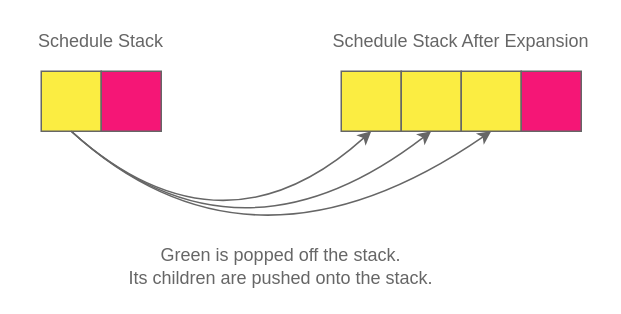
Earlier version of the draw.io diagram docs/Wiki/Parallelisation/diagrams/singleThread.drawio (butterplup/Task-Scheduler). Source tidied: cells renumbered, new cells numbered last; positions are measured from the earlier drawing's top-left corner, leaving out a move shared by most shapes. Both pictures are drawn from the tidied source at 150%, with x=0, y=0 at pixel (26, 26).
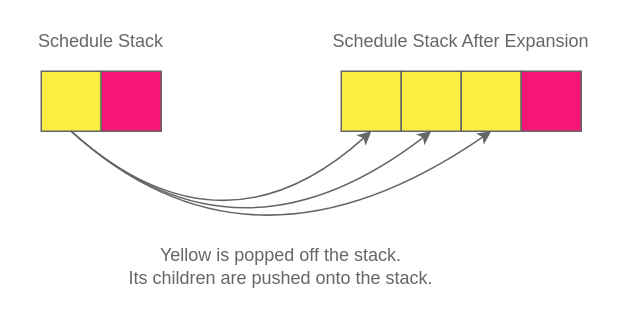
After the change.

Diff of the diagram source:
```diff
@@
 <mxGraphModel>
   <root>
     <mxCell id="0" />
     <mxCell id="1" parent="0" />
     <mxCell id="2" style="whiteSpace=wrap;html=1;fillColor=#FBED42;strokeColor=#666666;" parent="1" vertex="1">
       <mxGeometry x="10" y="30" width="40" height="40" as="geometry" />
     </mxCell>
     <mxCell id="3" style="whiteSpace=wrap;html=1;fillColor=#F51676;strokeColor=#666666;" parent="1" vertex="1">
       <mxGeometry x="50" y="30" width="40" height="40" as="geometry" />
     </mxCell>
     <mxCell id="4" style="whiteSpace=wrap;html=1;fillColor=#FBED42;strokeColor=#666666;" parent="1" vertex="1">
       <mxGeometry x="210" y="30" width="40" height="40" as="geometry" />
     </mxCell>
     <mxCell id="5" style="whiteSpace=wrap;html=1;fillColor=#FBED42;strokeColor=#666666;" parent="1" vertex="1">
       <mxGeometry x="250" y="30" width="40" height="40" as="geometry" />
     </mxCell>
     <mxCell id="6" style="whiteSpace=wrap;html=1;fillColor=#FBED42;strokeColor=#666666;" parent="1" vertex="1">
       <mxGeometry x="290" y="30" width="40" height="40" as="geometry" />
     </mxCell>
     <mxCell id="7" style="whiteSpace=wrap;html=1;fillColor=#F51676;strokeColor=#666666;" parent="1" vertex="1">
       <mxGeometry x="330" y="30" width="40" height="40" as="geometry" />
     </mxCell>
     <mxCell id="8" value="Schedule Stack After Expansion" style="text;html=1;strokeColor=none;fillColor=none;align=center;verticalAlign=middle;whiteSpace=wrap;rounded=0;fontColor=#666666;" parent="1" vertex="1">
       <mxGeometry x="200" width="180" height="20" as="geometry" />
     </mxCell>
     <mxCell id="9" value="Schedule Stack" style="text;html=1;strokeColor=none;fillColor=none;align=center;verticalAlign=middle;whiteSpace=wrap;rounded=0;fontColor=#666666;" parent="1" vertex="1">
       <mxGeometry width="100" height="20" as="geometry" />
     </mxCell>
     <mxCell id="10" style="endArrow=classic;html=1;exitX=0.5;exitY=1;exitDx=0;exitDy=0;entryX=0.5;entryY=1;entryDx=0;entryDy=0;curved=1;strokeColor=#666666;" parent="1" edge="1" source="2" target="4">
       <mxGeometry relative="1" as="geometry">
         <Array as="points">
           <mxPoint x="130" y="160" />
         </Array>
       </mxGeometry>
     </mxCell>
     <mxCell id="11" style="endArrow=classic;html=1;exitX=0.5;exitY=1;exitDx=0;exitDy=0;entryX=0.5;entryY=1;entryDx=0;entryDy=0;curved=1;strokeColor=#666666;" parent="1" edge="1" source="2" target="5">
       <mxGeometry relative="1" as="geometry">
         <Array as="points">
           <mxPoint x="140" y="170" />
         </Array>
       </mxGeometry>
     </mxCell>
     <mxCell id="12" style="endArrow=classic;html=1;exitX=0.5;exitY=1;exitDx=0;exitDy=0;entryX=0.5;entryY=1;entryDx=0;entryDy=0;curved=1;strokeColor=#666666;" parent="1" edge="1" source="2" target="6">
       <mxGeometry relative="1" as="geometry">
         <Array as="points">
           <mxPoint x="150" y="180" />
         </Array>
       </mxGeometry>
     </mxCell>
-    <mxCell id="13" value="&lt;div&gt;Green is popped off the stack.&lt;/div&gt;&lt;div align=&quot;left&quot;&gt;Its children are pushed onto the stack.&lt;br&gt;&lt;/div&gt;" style="text;html=1;strokeColor=none;fillColor=none;align=center;verticalAlign=middle;whiteSpace=wrap;rounded=0;fontColor=#666666;" parent="1" vertex="1">
+    <mxCell id="13" value="&lt;div&gt;Yellow is popped off the stack.&lt;/div&gt;&lt;div align=&quot;left&quot;&gt;Its children are pushed onto the stack.&lt;br&gt;&lt;/div&gt;" style="text;html=1;strokeColor=none;fillColor=none;align=center;verticalAlign=middle;whiteSpace=wrap;rounded=0;fontColor=#666666;" parent="1" vertex="1">
       <mxGeometry x="10" y="150" width="320" height="20" as="geometry" />
     </mxCell>
   </root>
 </mxGraphModel>
```
